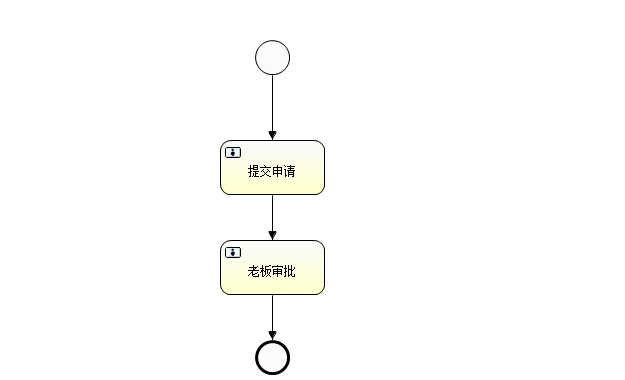
Above: src/main/resources/deployments/leave.png in yuhang123wo/website (BPMN), before the change. Its source is kept beside it as src/main/resources/deployments/leave.bpmn. Ids are renumbered.
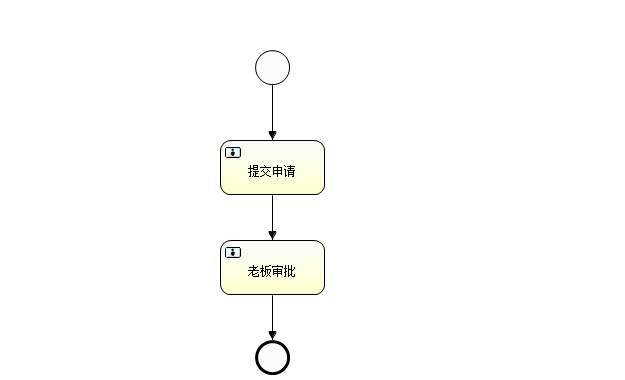
After the commit.

The edit, as a diff of the source:
```diff
@@ -1,8 +1,8 @@
 <definitions xmlns="http://www.omg.org/spec/BPMN/20100524/MODEL" xmlns:xsi="http://www.w3.org/2001/XMLSchema-instance" xmlns:xsd="http://www.w3.org/2001/XMLSchema" xmlns:activiti="http://activiti.org/bpmn" xmlns:bpmndi="http://www.omg.org/spec/BPMN/20100524/DI" xmlns:omgdc="http://www.omg.org/spec/DD/20100524/DC" xmlns:omgdi="http://www.omg.org/spec/DD/20100524/DI" typeLanguage="http://www.w3.org/2001/XMLSchema" expressionLanguage="http://www.w3.org/1999/XPath" targetNamespace="http://www.activiti.org/test">
   <process id="myProcess" name="My process" isExecutable="true">
     <startEvent id="leave" name="leaveProcess"></startEvent>
-    <userTask id="usertask1" name="提交申请"></userTask>
-    <userTask id="usertask2" name="老板审批"></userTask>
+    <userTask id="usertask1" name="提交申请" activiti:assignee="${inputUser}"></userTask>
+    <userTask id="usertask2" name="老板审批" activiti:assignee="${inputUser}"></userTask>
     <endEvent id="endevent1" name="结束"></endEvent>
     <sequenceFlow id="flow1" sourceRef="leave" targetRef="usertask1"></sequenceFlow>
     <sequenceFlow id="flow2" sourceRef="usertask1" targetRef="usertask2"></sequenceFlow>
@@ -11,7 +11,7 @@
   <bpmndi:BPMNDiagram id="BPMNDiagram_myProcess">
     <bpmndi:BPMNPlane bpmnElement="myProcess" id="BPMNPlane_myProcess">
       <bpmndi:BPMNShape bpmnElement="leave" id="BPMNShape_leave">
-        <omgdc:Bounds height="35.0" width="35.0" x="255.0" y="40.0"></omgdc:Bounds>
+        <omgdc:Bounds height="35.0" width="35.0" x="255.0" y="50.0"></omgdc:Bounds>
       </bpmndi:BPMNShape>
       <bpmndi:BPMNShape bpmnElement="usertask1" id="BPMNShape_usertask1">
         <omgdc:Bounds height="55.0" width="105.0" x="220.0" y="140.0"></omgdc:Bounds>
@@ -23,7 +23,7 @@
         <omgdc:Bounds height="35.0" width="35.0" x="255.0" y="340.0"></omgdc:Bounds>
       </bpmndi:BPMNShape>
       <bpmndi:BPMNEdge bpmnElement="flow1" id="BPMNEdge_flow1">
-        <omgdi:waypoint x="272.0" y="75.0"></omgdi:waypoint>
+        <omgdi:waypoint x="272.0" y="85.0"></omgdi:waypoint>
         <omgdi:waypoint x="272.0" y="140.0"></omgdi:waypoint>
       </bpmndi:BPMNEdge>
       <bpmndi:BPMNEdge bpmnElement="flow2" id="BPMNEdge_flow2">
```
